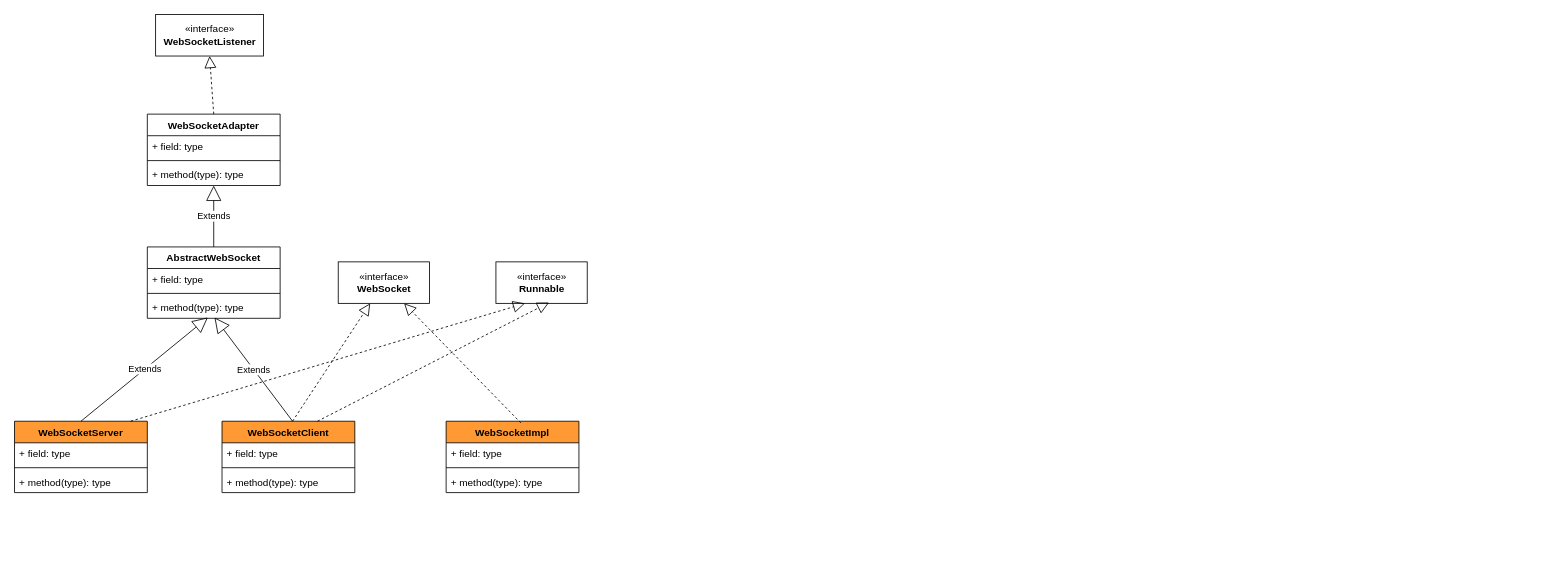
This is java-websocket.drawio from tadsimons/draw, a draw.io file, before an edit. Source tidied: cells renumbered, new cells numbered last; positions are measured from the earlier drawing's top-left corner, leaving out a move shared by most shapes. Both pictures are drawn from the tidied source at 83%, with x=0, y=0 at pixel (14, 14).
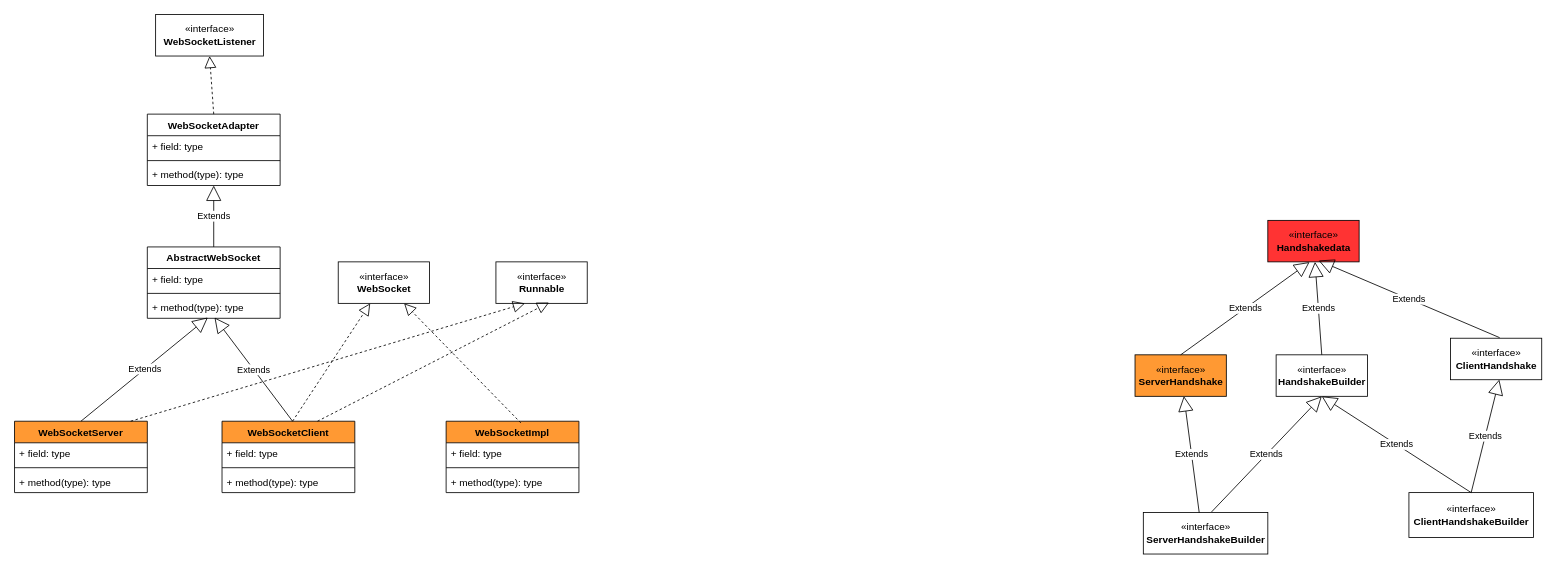
The same page after the edit.

Change to the diagram source:
```diff
@@
+    <mxCell id="33" value="«interface»&lt;br&gt;&lt;b&gt;ServerHandshake&lt;/b&gt;" style="html=1;fillColor=#FF9933;" parent="1" vertex="1">
+      <mxGeometry x="1350" y="410" width="110" height="50" as="geometry" />
+    </mxCell>
+    <mxCell id="34" value="«interface»&lt;br&gt;&lt;b&gt;Handshakedata&lt;/b&gt;" style="html=1;fillColor=#FF3333;" parent="1" vertex="1">
+      <mxGeometry x="1510" y="248" width="110" height="50" as="geometry" />
+    </mxCell>
+    <mxCell id="35" value="Extends" style="endArrow=block;endSize=16;endFill=0;html=1;entryX=0.457;entryY=1.005;entryDx=0;entryDy=0;entryPerimeter=0;exitX=0.5;exitY=0;exitDx=0;exitDy=0;" parent="1" edge="1" source="33" target="34">
+      <mxGeometry relative="1" as="geometry" />
+    </mxCell>
+    <mxCell id="36" value="«interface»&lt;br&gt;&lt;b&gt;ClientHandshake&lt;/b&gt;" style="html=1;fillColor=#FFFFFF;" parent="1" vertex="1">
+      <mxGeometry x="1730" y="390" width="110" height="50" as="geometry" />
+    </mxCell>
+    <mxCell id="37" value="Extends" style="endArrow=block;endSize=16;endFill=0;html=1;entryX=0.556;entryY=0.967;entryDx=0;entryDy=0;entryPerimeter=0;exitX=0.539;exitY=-0.014;exitDx=0;exitDy=0;exitPerimeter=0;" parent="1" edge="1" source="36" target="34">
+      <mxGeometry relative="1" as="geometry" />
+    </mxCell>
+    <mxCell id="38" value="«interface»&lt;br&gt;&lt;b&gt;HandshakeBuilder&lt;/b&gt;" style="html=1;fillColor=#FFFFFF;" parent="1" vertex="1">
+      <mxGeometry x="1520" y="410" width="110" height="50" as="geometry" />
+    </mxCell>
+    <mxCell id="39" value="Extends" style="endArrow=block;endSize=16;endFill=0;html=1;exitX=0.5;exitY=0;exitDx=0;exitDy=0;" parent="1" edge="1" source="38" target="34">
+      <mxGeometry relative="1" as="geometry" />
+    </mxCell>
+    <mxCell id="40" value="«interface»&lt;br&gt;&lt;b&gt;ClientHandshakeBuilder&lt;/b&gt;" style="html=1;fillColor=#FFFFFF;" parent="1" vertex="1">
+      <mxGeometry x="1680" y="576" width="150" height="54" as="geometry" />
+    </mxCell>
+    <mxCell id="41" value="Extends" style="endArrow=block;endSize=16;endFill=0;html=1;entryX=0.5;entryY=1;entryDx=0;entryDy=0;exitX=0.5;exitY=0;exitDx=0;exitDy=0;" parent="1" edge="1" source="40" target="38">
+      <mxGeometry relative="1" as="geometry" />
+    </mxCell>
+    <mxCell id="42" value="Extends" style="endArrow=block;endSize=16;endFill=0;html=1;entryX=0.535;entryY=0.995;entryDx=0;entryDy=0;entryPerimeter=0;exitX=0.5;exitY=0;exitDx=0;exitDy=0;" parent="1" edge="1" source="40" target="36">
+      <mxGeometry relative="1" as="geometry" />
+    </mxCell>
+    <mxCell id="43" value="«interface»&lt;br&gt;&lt;b&gt;ServerHandshakeBuilder&lt;/b&gt;" style="html=1;fillColor=#FFFFFF;" parent="1" vertex="1">
+      <mxGeometry x="1360" y="600" width="150" height="50" as="geometry" />
+    </mxCell>
+    <mxCell id="44" value="Extends" style="endArrow=block;endSize=16;endFill=0;html=1;entryX=0.5;entryY=1;entryDx=0;entryDy=0;exitX=0.548;exitY=-0.014;exitDx=0;exitDy=0;exitPerimeter=0;" parent="1" edge="1" source="43" target="38">
+      <mxGeometry relative="1" as="geometry" />
+    </mxCell>
+    <mxCell id="45" value="Extends" style="endArrow=block;endSize=16;endFill=0;html=1;entryX=0.535;entryY=0.995;entryDx=0;entryDy=0;entryPerimeter=0;exitX=0.449;exitY=0.005;exitDx=0;exitDy=0;exitPerimeter=0;" parent="1" edge="1" source="43" target="33">
+      <mxGeometry relative="1" as="geometry" />
+    </mxCell>
```
